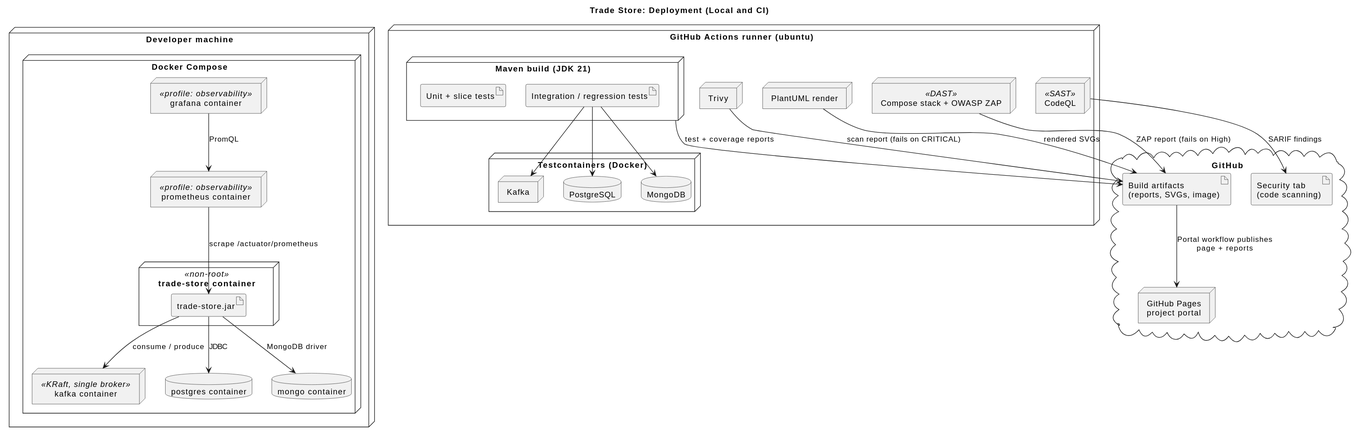
Above: docs/diagrams/out/03-deployment.svg in kuldipkumar/Trade-store (PlantUML), before the change.
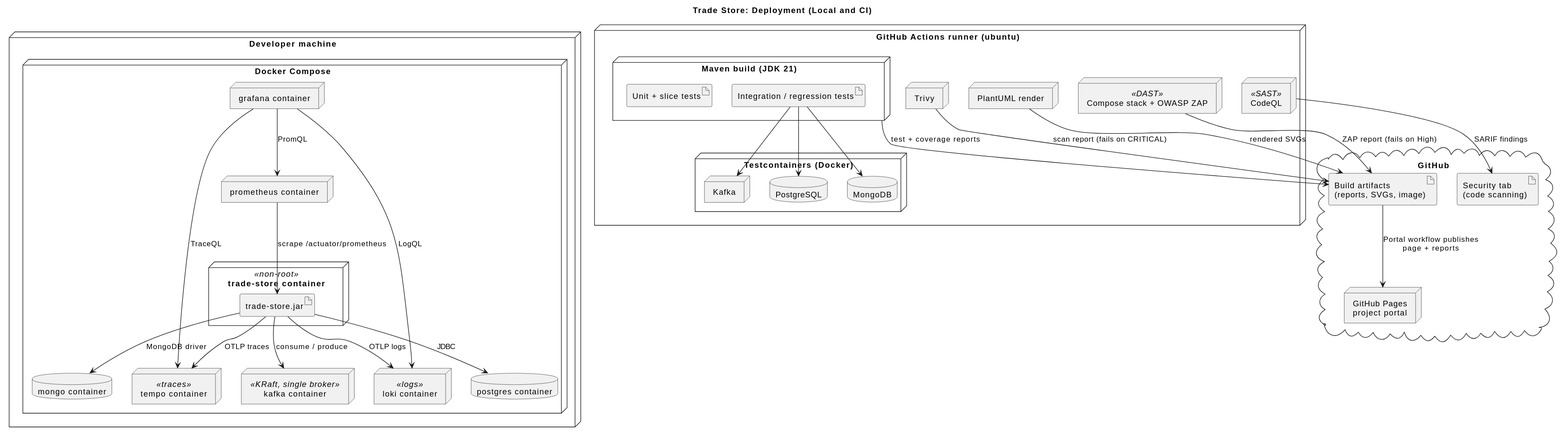
Above is the later version.

The edit, as a diff of the source:
```diff
@@ -9,8 +9,10 @@
     node "kafka container" as kafkac <<KRaft, single broker>>
     database "postgres container" as pgc
     database "mongo container" as mongoc
-    node "prometheus container" as promc <<profile: observability>>
-    node "grafana container" as grafc <<profile: observability>>
+    node "prometheus container" as promc
+    node "tempo container" as tempoc <<traces>>
+    node "loki container" as lokic <<logs>>
+    node "grafana container" as grafc
   }
 }
 
@@ -51,4 +53,8 @@
 artifacts --> pages : Portal workflow publishes\npage + reports
 promc --> jar : scrape /actuator/prometheus
 grafc --> promc : PromQL
+jar --> tempoc : OTLP traces
+jar --> lokic : OTLP logs
+grafc --> tempoc : TraceQL
+grafc --> lokic : LogQL
 @enduml
```
